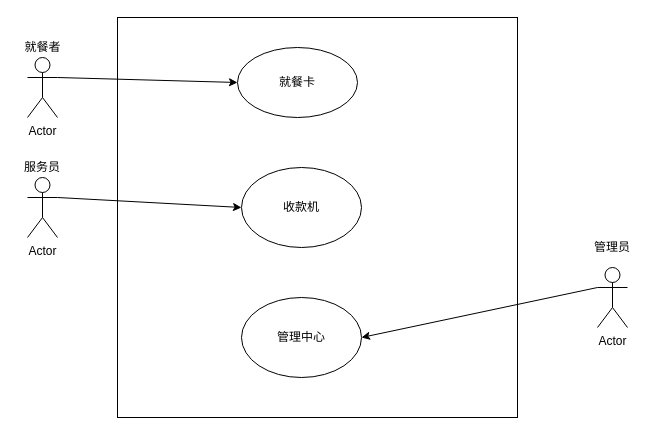
The draw.io diagram Untitled Diagram.drawio in cdltenx/homework, before the edit. Source tidied: cells renumbered, new cells numbered last; positions are measured from the earlier drawing's top-left corner, leaving out a move shared by most shapes. Both pictures are drawn from the tidied source at 100%, with x=0, y=0 at pixel (17, 17).
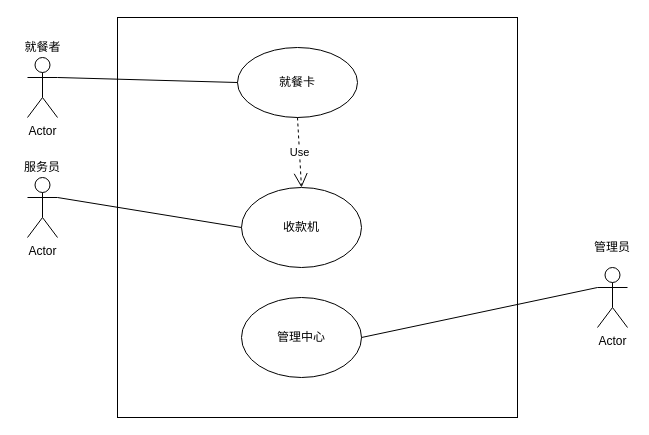
After the change.

What changed in the source:
```diff
@@
 <mxGraphModel>
   <root>
     <mxCell id="0" />
     <mxCell id="1" parent="0" />
     <mxCell id="2" style="whiteSpace=wrap;html=1;" parent="1" vertex="1">
       <mxGeometry x="100" width="400" height="400" as="geometry" />
     </mxCell>
     <mxCell id="3" value="Actor" style="shape=umlActor;verticalLabelPosition=bottom;verticalAlign=top;html=1;outlineConnect=0;" parent="1" vertex="1">
       <mxGeometry x="10" y="40" width="30" height="60" as="geometry" />
     </mxCell>
     <mxCell id="4" value="Actor" style="shape=umlActor;verticalLabelPosition=bottom;verticalAlign=top;html=1;outlineConnect=0;" parent="1" vertex="1">
       <mxGeometry x="10" y="160" width="30" height="60" as="geometry" />
     </mxCell>
     <mxCell id="5" value="管理中心" style="ellipse;whiteSpace=wrap;html=1;" parent="1" vertex="1">
       <mxGeometry x="224" y="280" width="120" height="80" as="geometry" />
     </mxCell>
     <mxCell id="6" value="就餐卡" style="ellipse;whiteSpace=wrap;html=1;" parent="1" vertex="1">
       <mxGeometry x="220" y="30" width="120" height="70" as="geometry" />
     </mxCell>
     <mxCell id="7" value="Actor" style="shape=umlActor;verticalLabelPosition=bottom;verticalAlign=top;html=1;outlineConnect=0;" parent="1" vertex="1">
       <mxGeometry x="580" y="250" width="30" height="60" as="geometry" />
     </mxCell>
     <mxCell id="8" value="收款机" style="ellipse;whiteSpace=wrap;html=1;" parent="1" vertex="1">
-      <mxGeometry x="224" y="150" width="120" height="80" as="geometry" />
+      <mxGeometry x="224" y="170" width="120" height="80" as="geometry" />
     </mxCell>
     <mxCell id="9" value="就餐者" style="text;html=1;align=center;verticalAlign=middle;" parent="1" vertex="1">
       <mxGeometry y="20" width="50" height="20" as="geometry" />
     </mxCell>
+    <mxCell id="11" value="服务员" style="text;html=1;strokeColor=none;fillColor=none;align=center;verticalAlign=middle;whiteSpace=wrap;rounded=0;" parent="1" vertex="1">
+      <mxGeometry x="5" y="140" width="40" height="20" as="geometry" />
+    </mxCell>
+    <mxCell id="13" value="管理员" style="text;html=1;strokeColor=none;fillColor=none;align=center;verticalAlign=middle;whiteSpace=wrap;rounded=0;" parent="1" vertex="1">
+      <mxGeometry x="575" y="220" width="40" height="20" as="geometry" />
+    </mxCell>
-    <mxCell id="10" style="endArrow=classic;html=1;exitX=1;exitY=0.3333333333333333;exitDx=0;exitDy=0;exitPerimeter=0;entryX=0;entryY=0.5;entryDx=0;entryDy=0;" parent="1" edge="1" source="3" target="6">
+    <mxCell id="10" style="endArrow=none;html=1;exitX=1;exitY=0.3333333333333333;exitDx=0;exitDy=0;exitPerimeter=0;entryX=0;entryY=0.5;entryDx=0;entryDy=0;" parent="1" edge="1" source="3" target="6">
       <mxGeometry relative="1" as="geometry" />
     </mxCell>
-    <mxCell id="11" value="服务员" style="text;html=1;strokeColor=none;fillColor=none;align=center;verticalAlign=middle;whiteSpace=wrap;rounded=0;" parent="1" vertex="1">
-      <mxGeometry x="5" y="140" width="40" height="20" as="geometry" />
-    </mxCell>
-    <mxCell id="12" style="endArrow=classic;html=1;entryX=0;entryY=0.5;entryDx=0;entryDy=0;" parent="1" edge="1" target="8">
-      <mxGeometry relative="1" as="geometry">
-        <mxPoint x="40" y="180" as="sourcePoint" />
-      </mxGeometry>
-    </mxCell>
-    <mxCell id="13" value="管理员" style="text;html=1;strokeColor=none;fillColor=none;align=center;verticalAlign=middle;whiteSpace=wrap;rounded=0;" parent="1" vertex="1">
-      <mxGeometry x="575" y="220" width="40" height="20" as="geometry" />
-    </mxCell>
-    <mxCell id="14" style="endArrow=classic;html=1;exitX=0;exitY=0.3333333333333333;exitDx=0;exitDy=0;exitPerimeter=0;entryX=1;entryY=0.5;entryDx=0;entryDy=0;" parent="1" edge="1" source="7" target="5">
-      <mxGeometry relative="1" as="geometry" />
-    </mxCell>
+    <mxCell id="15" style="endArrow=none;html=1;entryX=0;entryY=0.5;entryDx=0;entryDy=0;exitX=1;exitY=0.3333333333333333;exitDx=0;exitDy=0;exitPerimeter=0;" parent="1" edge="1" source="4" target="8">
+      <mxGeometry relative="1" as="geometry" />
+    </mxCell>
+    <mxCell id="16" style="endArrow=none;html=1;entryX=0;entryY=0.3333333333333333;entryDx=0;entryDy=0;entryPerimeter=0;exitX=1;exitY=0.5;exitDx=0;exitDy=0;" parent="1" edge="1" source="5" target="7">
+      <mxGeometry relative="1" as="geometry" />
+    </mxCell>
+    <mxCell id="17" value="Use" style="endArrow=open;endSize=12;dashed=1;html=1;exitX=0.5;exitY=1;exitDx=0;exitDy=0;entryX=0.5;entryY=0;entryDx=0;entryDy=0;" parent="1" edge="1" source="6" target="8">
+      <mxGeometry relative="1" as="geometry" />
+    </mxCell>
   </root>
 </mxGraphModel>
```
